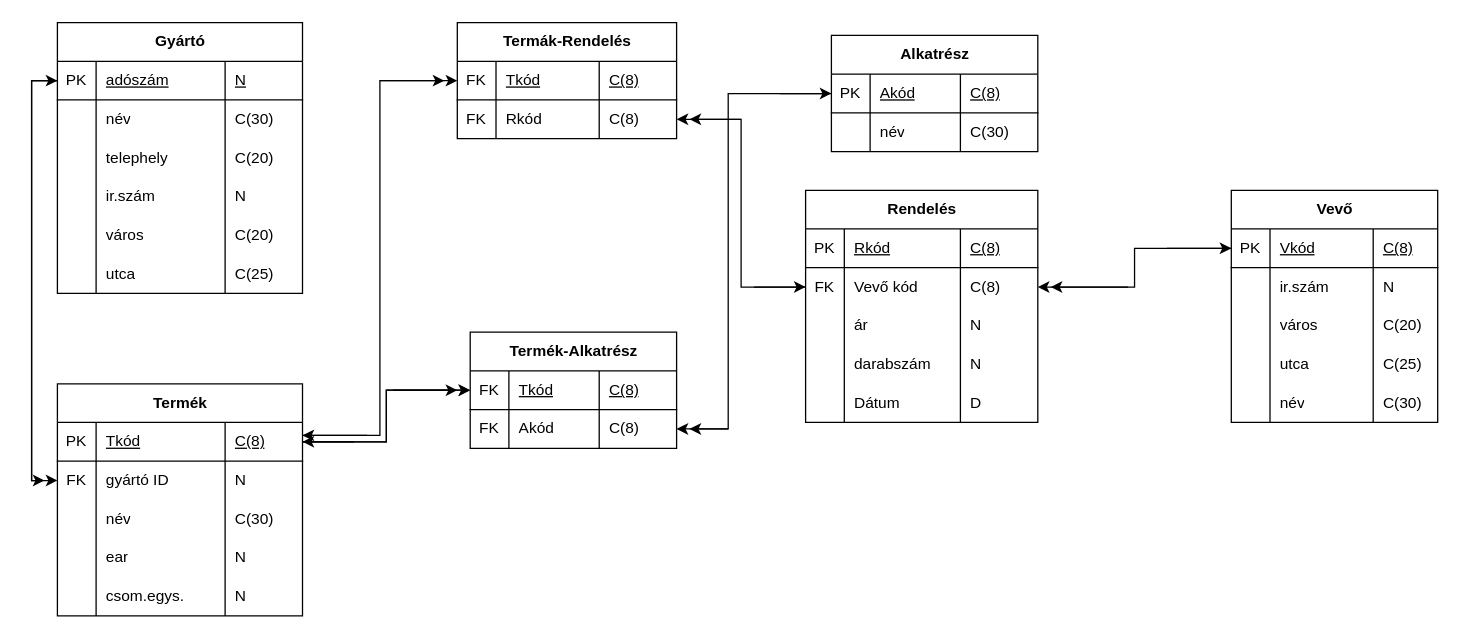
Before: ECCOX9_0228/eccox9_5.drawio in HZsolt2024/ECCOX9_DBGyak, a draw.io diagram. Source tidied: cells renumbered, new cells numbered last; positions are measured from the earlier drawing's top-left corner, leaving out a move shared by most shapes. Both pictures are drawn from the tidied source at 129%, with x=0, y=0 at pixel (31, 22).
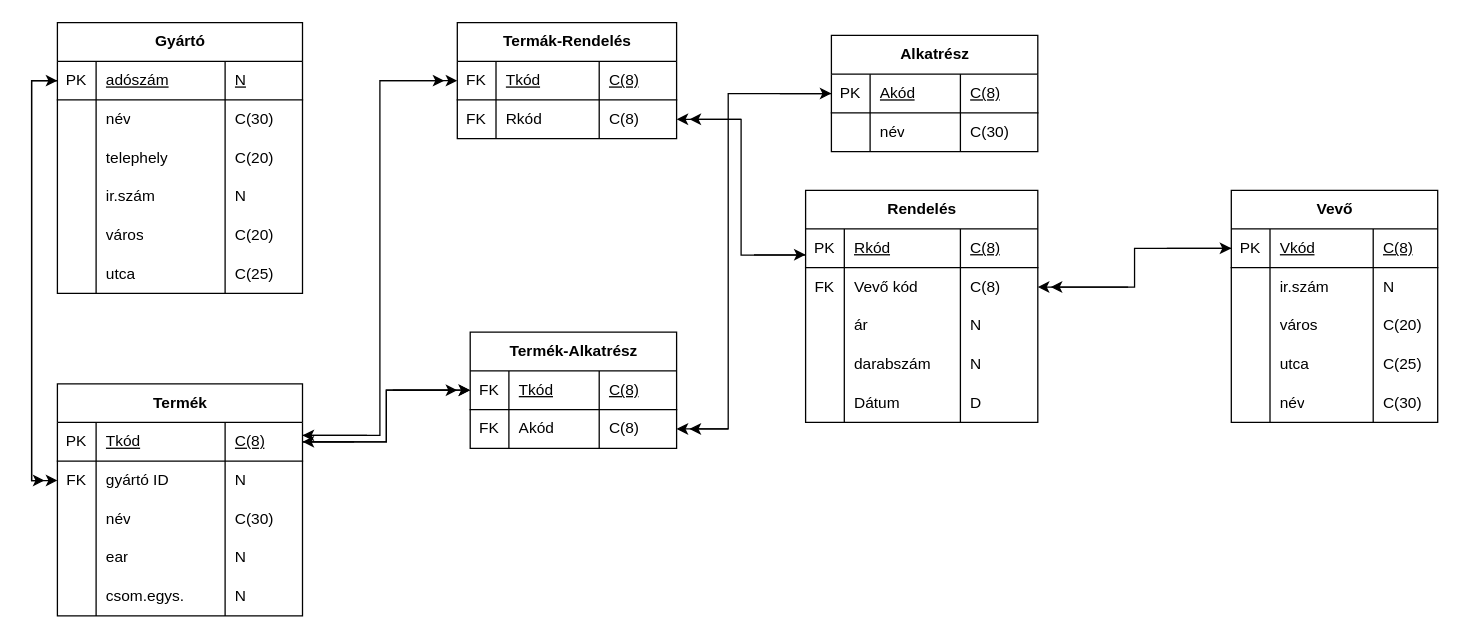
The same page after the edit.

The change refers to these unchanged cells:
```xml
<mxCell id="62" style="shape=tableRow;horizontal=0;startSize=0;swimlaneHead=0;swimlaneBody=0;fillColor=none;points=[[0,0.5],[1,0.5]];portConstraint=eastwest;top=0;left=0;right=0;bottom=0;" parent="57" vertex="1">
  <mxGeometry y="60" width="170" height="30" as="geometry" />
</mxCell>
<mxCell id="77" style="shape=tableRow;horizontal=0;startSize=0;swimlaneHead=0;swimlaneBody=0;fillColor=none;points=[[0,0.5],[1,0.5]];portConstraint=eastwest;top=0;left=0;right=0;bottom=1;" parent="76" vertex="1">
  <mxGeometry y="30" width="180" height="30" as="geometry" />
</mxCell>
<mxCell id="81" style="shape=tableRow;horizontal=0;startSize=0;swimlaneHead=0;swimlaneBody=0;fillColor=none;points=[[0,0.5],[1,0.5]];portConstraint=eastwest;top=0;left=0;right=0;bottom=0;" parent="76" vertex="1">
  <mxGeometry y="60" width="180" height="30" as="geometry" />
</mxCell>
```

The edit, as a diff of the source:
```diff
@@
-    <mxCell id="130" style="edgeStyle=orthogonalEdgeStyle;rounded=0;jettySize=auto;html=1;entryX=1;entryY=0.5;entryDx=0;entryDy=0;" parent="1" edge="1" source="81" target="62">
+    <mxCell id="130" style="edgeStyle=orthogonalEdgeStyle;rounded=0;jettySize=auto;html=1;entryX=1;entryY=0.5;entryDx=0;entryDy=0;exitX=-0.001;exitY=0.673;exitDx=0;exitDy=0;exitPerimeter=0;" parent="1" edge="1" source="77" target="62">
       <mxGeometry relative="1" as="geometry" />
     </mxCell>
@@
-    <mxCell id="132" style="endArrow=classic;html=1;rounded=0;entryX=0;entryY=0.5;entryDx=0;entryDy=0;" parent="1" edge="1" target="81">
+    <mxCell id="132" style="endArrow=classic;html=1;rounded=0;entryX=0;entryY=0.5;entryDx=0;entryDy=0;" parent="1" edge="1">
       <mxGeometry relative="1" as="geometry">
-        <mxPoint x="560" y="205" as="sourcePoint" />
+        <mxPoint x="560" y="180" as="sourcePoint" />
+        <mxPoint x="600" y="180" as="targetPoint" />
+        <Array as="points">
+          <mxPoint x="580" y="180" />
+        </Array>
       </mxGeometry>
     </mxCell>
```
